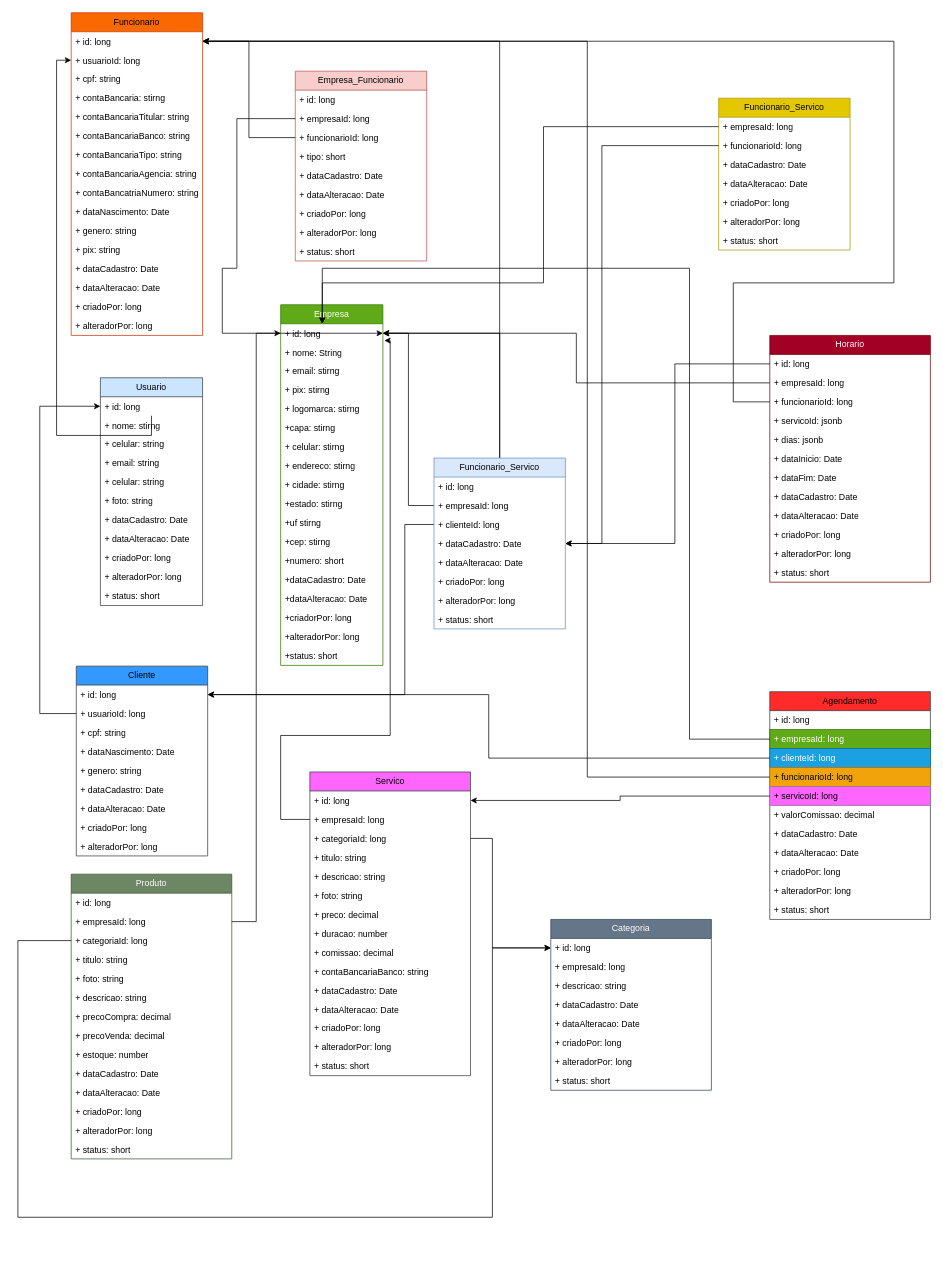
This is Diagrama sem nome.drawio from elsoncosta/GoBarber, a draw.io file, before an edit. Source tidied: cells renumbered, new cells numbered last; positions are measured from the earlier drawing's top-left corner, leaving out a move shared by most shapes. Both pictures are drawn from the tidied source at 73%, with x=0, y=0 at pixel (18, 12).
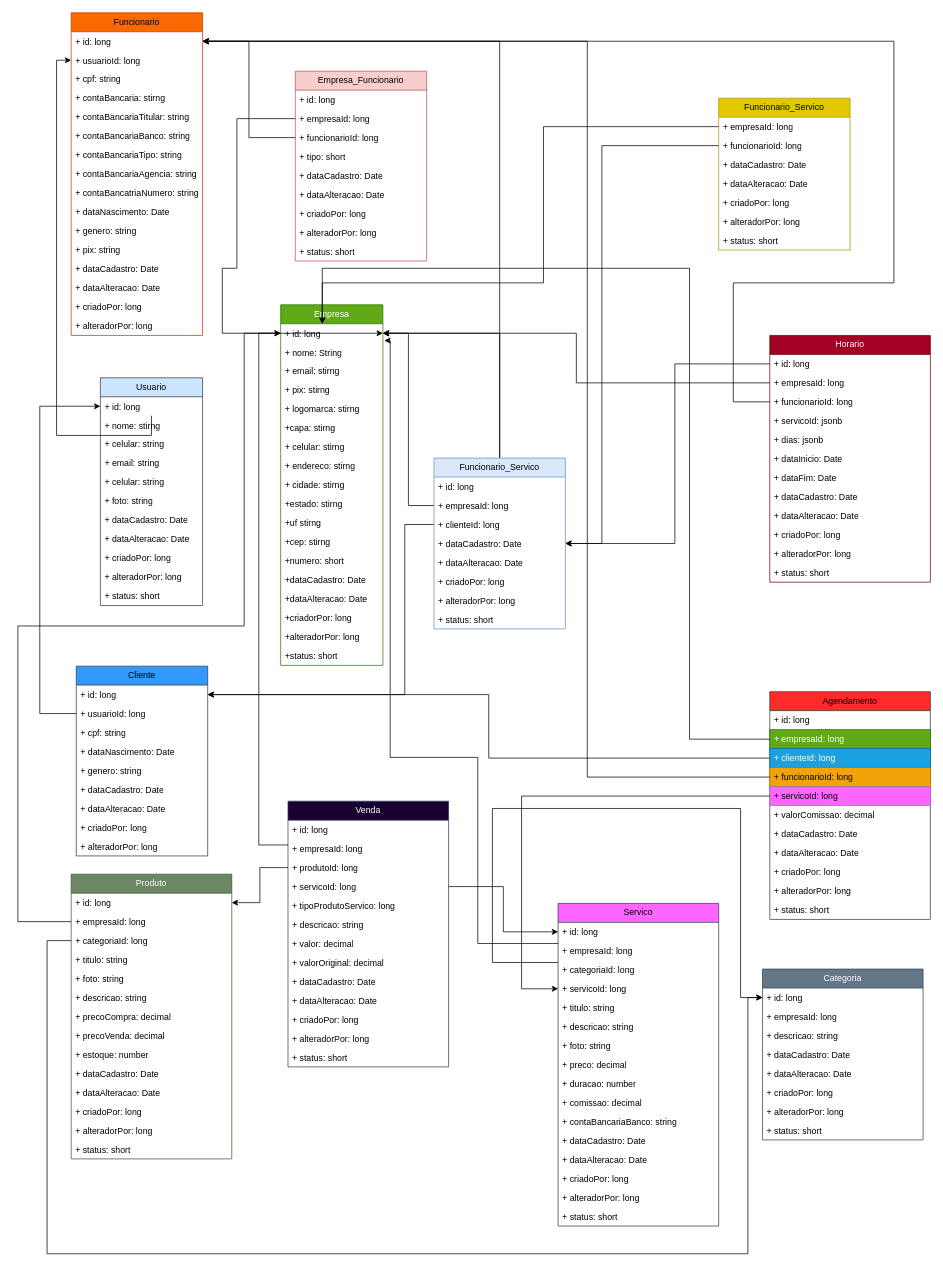
Above is the later version.

Unchanged cells that the change refers to:
```xml
<mxCell id="3" value="+ id: long" style="text;strokeColor=none;fillColor=none;align=left;verticalAlign=top;spacingLeft=4;spacingRight=4;overflow=hidden;points=[[0,0.5],[1,0.5]];portConstraint=eastwest;whiteSpace=wrap;html=1;" parent="2" vertex="1">
  <mxGeometry y="26" width="140" height="26" as="geometry" />
</mxCell>
<mxCell id="51" value="+ id: long" style="text;strokeColor=none;fillColor=none;align=left;verticalAlign=top;spacingLeft=4;spacingRight=4;overflow=hidden;points=[[0,0.5],[1,0.5]];portConstraint=eastwest;whiteSpace=wrap;html=1;" parent="50" vertex="1">
  <mxGeometry y="26" width="220" height="26" as="geometry" />
</mxCell>
<mxCell id="52" value="+ empresaId: long" style="text;strokeColor=none;fillColor=none;align=left;verticalAlign=top;spacingLeft=4;spacingRight=4;overflow=hidden;points=[[0,0.5],[1,0.5]];portConstraint=eastwest;whiteSpace=wrap;html=1;" parent="50" vertex="1">
  <mxGeometry y="52" width="220" height="26" as="geometry" />
</mxCell>
<mxCell id="53" value="+ categoriaId: long" style="text;strokeColor=none;fillColor=none;align=left;verticalAlign=top;spacingLeft=4;spacingRight=4;overflow=hidden;points=[[0,0.5],[1,0.5]];portConstraint=eastwest;whiteSpace=wrap;html=1;" parent="50" vertex="1">
  <mxGeometry y="78" width="220" height="26" as="geometry" />
</mxCell>
<mxCell id="122" value="+ servicoId: long" style="text;strokeColor=#9673a6;fillColor=#FF66FF;align=left;verticalAlign=top;spacingLeft=4;spacingRight=4;overflow=hidden;points=[[0,0.5],[1,0.5]];portConstraint=eastwest;whiteSpace=wrap;html=1;" parent="117" vertex="1">
  <mxGeometry y="130" width="220" height="26" as="geometry" />
</mxCell>
<mxCell id="133" value="+ id: long" style="text;strokeColor=none;fillColor=none;align=left;verticalAlign=top;spacingLeft=4;spacingRight=4;overflow=hidden;points=[[0,0.5],[1,0.5]];portConstraint=eastwest;whiteSpace=wrap;html=1;" parent="132" vertex="1">
  <mxGeometry y="26" width="220" height="26" as="geometry" />
</mxCell>
<mxCell id="134" value="+ empresaId: long" style="text;strokeColor=none;fillColor=none;align=left;verticalAlign=top;spacingLeft=4;spacingRight=4;overflow=hidden;points=[[0,0.5],[1,0.5]];portConstraint=eastwest;whiteSpace=wrap;html=1;" parent="132" vertex="1">
  <mxGeometry y="52" width="220" height="26" as="geometry" />
</mxCell>
<mxCell id="135" value="+ categoriaId: long" style="text;strokeColor=none;fillColor=none;align=left;verticalAlign=top;spacingLeft=4;spacingRight=4;overflow=hidden;points=[[0,0.5],[1,0.5]];portConstraint=eastwest;whiteSpace=wrap;html=1;" parent="132" vertex="1">
  <mxGeometry y="78" width="220" height="26" as="geometry" />
</mxCell>
<mxCell id="150" value="+ id: long" style="text;strokeColor=none;fillColor=none;align=left;verticalAlign=top;spacingLeft=4;spacingRight=4;overflow=hidden;points=[[0,0.5],[1,0.5]];portConstraint=eastwest;whiteSpace=wrap;html=1;" parent="149" vertex="1">
  <mxGeometry y="26" width="220" height="26" as="geometry" />
</mxCell>
```

The edit, as a diff of the source:
```diff
@@
     <mxCell id="50" value="Servico" style="swimlane;fontStyle=0;horizontal=1;startSize=26;fillColor=#FF66FF;whiteSpace=wrap;html=1;strokeColor=#36393d;" parent="1" vertex="1">
-      <mxGeometry x="400" y="1040" width="220" height="416" as="geometry" />
+      <mxGeometry x="740" y="1220" width="220" height="442" as="geometry" />
     </mxCell>
@@
+    <mxCell id="173" value="+ servicoId: long" style="text;strokeColor=none;fillColor=none;align=left;verticalAlign=top;spacingLeft=4;spacingRight=4;overflow=hidden;points=[[0,0.5],[1,0.5]];portConstraint=eastwest;whiteSpace=wrap;html=1;" parent="50" vertex="1">
+      <mxGeometry y="104" width="220" height="26" as="geometry" />
+    </mxCell>
     <mxCell id="54" value="+ titulo: string" style="text;strokeColor=none;fillColor=none;align=left;verticalAlign=top;spacingLeft=4;spacingRight=4;overflow=hidden;whiteSpace=wrap;html=1;" parent="50" vertex="1">
-      <mxGeometry y="104" width="220" height="26" as="geometry" />
+      <mxGeometry y="130" width="220" height="26" as="geometry" />
     </mxCell>
     <mxCell id="55" value="+ descricao: string" style="text;strokeColor=none;fillColor=none;align=left;verticalAlign=top;spacingLeft=4;spacingRight=4;overflow=hidden;whiteSpace=wrap;html=1;" parent="50" vertex="1">
-      <mxGeometry y="130" width="220" height="26" as="geometry" />
+      <mxGeometry y="156" width="220" height="26" as="geometry" />
     </mxCell>
     <mxCell id="56" value="+ foto: string" style="text;strokeColor=none;fillColor=none;align=left;verticalAlign=top;spacingLeft=4;spacingRight=4;overflow=hidden;whiteSpace=wrap;html=1;" parent="50" vertex="1">
-      <mxGeometry y="156" width="220" height="26" as="geometry" />
+      <mxGeometry y="182" width="220" height="26" as="geometry" />
     </mxCell>
     <mxCell id="57" value="+ preco: decimal" style="text;strokeColor=none;fillColor=none;align=left;verticalAlign=top;spacingLeft=4;spacingRight=4;overflow=hidden;whiteSpace=wrap;html=1;" parent="50" vertex="1">
-      <mxGeometry y="182" width="220" height="26" as="geometry" />
+      <mxGeometry y="208" width="220" height="26" as="geometry" />
     </mxCell>
     <mxCell id="58" value="+ duracao:&amp;nbsp;number" style="text;strokeColor=none;fillColor=none;align=left;verticalAlign=top;spacingLeft=4;spacingRight=4;overflow=hidden;whiteSpace=wrap;html=1;" parent="50" vertex="1">
-      <mxGeometry y="208" width="220" height="26" as="geometry" />
+      <mxGeometry y="234" width="220" height="26" as="geometry" />
     </mxCell>
     <mxCell id="59" value="+ comissao: decimal" style="text;strokeColor=none;fillColor=none;align=left;verticalAlign=top;spacingLeft=4;spacingRight=4;overflow=hidden;whiteSpace=wrap;html=1;" parent="50" vertex="1">
-      <mxGeometry y="234" width="220" height="26" as="geometry" />
+      <mxGeometry y="260" width="220" height="26" as="geometry" />
     </mxCell>
     <mxCell id="60" value="+ contaBancariaBanco: string" style="text;strokeColor=none;fillColor=none;align=left;verticalAlign=top;spacingLeft=4;spacingRight=4;overflow=hidden;whiteSpace=wrap;html=1;" parent="50" vertex="1">
-      <mxGeometry y="260" width="220" height="26" as="geometry" />
+      <mxGeometry y="286" width="220" height="26" as="geometry" />
     </mxCell>
     <mxCell id="61" value="+ dataCadastro: Date" style="text;strokeColor=none;fillColor=none;align=left;verticalAlign=top;spacingLeft=4;spacingRight=4;overflow=hidden;whiteSpace=wrap;html=1;" parent="50" vertex="1">
-      <mxGeometry y="286" width="220" height="26" as="geometry" />
+      <mxGeometry y="312" width="220" height="26" as="geometry" />
     </mxCell>
     <mxCell id="62" value="+ dataAlteracao: Date" style="text;strokeColor=none;fillColor=none;align=left;verticalAlign=top;spacingLeft=4;spacingRight=4;overflow=hidden;whiteSpace=wrap;html=1;" parent="50" vertex="1">
-      <mxGeometry y="312" width="220" height="26" as="geometry" />
+      <mxGeometry y="338" width="220" height="26" as="geometry" />
     </mxCell>
     <mxCell id="63" value="+ criadoPor: long" style="text;strokeColor=none;fillColor=none;align=left;verticalAlign=top;spacingLeft=4;spacingRight=4;overflow=hidden;whiteSpace=wrap;html=1;" parent="50" vertex="1">
-      <mxGeometry y="338" width="220" height="26" as="geometry" />
+      <mxGeometry y="364" width="220" height="26" as="geometry" />
     </mxCell>
     <mxCell id="64" value="+ alteradorPor: long" style="text;strokeColor=none;fillColor=none;align=left;verticalAlign=top;spacingLeft=4;spacingRight=4;overflow=hidden;whiteSpace=wrap;html=1;" parent="50" vertex="1">
-      <mxGeometry y="364" width="220" height="26" as="geometry" />
+      <mxGeometry y="390" width="220" height="26" as="geometry" />
     </mxCell>
     <mxCell id="65" value="+ status: short" style="text;strokeColor=none;fillColor=none;align=left;verticalAlign=top;spacingLeft=4;spacingRight=4;overflow=hidden;whiteSpace=wrap;html=1;" parent="50" vertex="1">
-      <mxGeometry y="390" width="220" height="26" as="geometry" />
+      <mxGeometry y="416" width="220" height="26" as="geometry" />
     </mxCell>
@@
     <mxCell id="98" style="edgeStyle=orthogonalEdgeStyle;rounded=0;jettySize=auto;html=1;entryX=1.014;entryY=0.885;entryDx=0;entryDy=0;entryPerimeter=0;" parent="1" edge="1" source="52" target="3">
       <mxGeometry relative="1" as="geometry">
         <Array as="points">
-          <mxPoint x="360" y="1105" />
-          <mxPoint x="360" y="990" />
-          <mxPoint x="510" y="990" />
+          <mxPoint x="630" y="1275" />
+          <mxPoint x="630" y="1020" />
+          <mxPoint x="510" y="1020" />
           <mxPoint x="510" y="449" />
         </Array>
       </mxGeometry>
     </mxCell>
@@
-    <mxCell id="131" style="edgeStyle=orthogonalEdgeStyle;rounded=0;jettySize=auto;html=1;" parent="1" edge="1" source="122" target="51">
-      <mxGeometry relative="1" as="geometry" />
-    </mxCell>
@@
-    <mxCell id="147" style="edgeStyle=orthogonalEdgeStyle;rounded=0;jettySize=auto;html=1;" parent="1" edge="1" source="134" target="3">
-      <mxGeometry relative="1" as="geometry" />
-    </mxCell>
@@
     <mxCell id="149" value="Categoria" style="swimlane;fontStyle=0;horizontal=1;startSize=26;fillColor=#647687;whiteSpace=wrap;html=1;strokeColor=#314354;swimlaneFillColor=none;fontColor=#ffffff;" parent="1" vertex="1">
-      <mxGeometry x="730" y="1242" width="220" height="234" as="geometry" />
+      <mxGeometry x="1020" y="1310" width="220" height="234" as="geometry" />
     </mxCell>
@@
-    <mxCell id="158" style="edgeStyle=orthogonalEdgeStyle;rounded=0;jettySize=auto;html=1;entryX=0;entryY=0.5;entryDx=0;entryDy=0;" parent="1" edge="1" source="135" target="150">
-      <mxGeometry relative="1" as="geometry">
-        <Array as="points">
-          <mxPoint y="1271" />
-          <mxPoint y="1650" />
-          <mxPoint x="650" y="1650" />
-          <mxPoint x="650" y="1281" />
-        </Array>
-      </mxGeometry>
-    </mxCell>
     <mxCell id="159" style="edgeStyle=orthogonalEdgeStyle;rounded=0;jettySize=auto;html=1;" parent="1" edge="1" source="53" target="150">
       <mxGeometry relative="1" as="geometry">
         <Array as="points">
-          <mxPoint x="650" y="1131" />
-          <mxPoint x="650" y="1281" />
+          <mxPoint x="650" y="1301" />
+          <mxPoint x="650" y="1090" />
+          <mxPoint x="990" y="1090" />
+          <mxPoint x="990" y="1349" />
         </Array>
       </mxGeometry>
     </mxCell>
@@
+    <mxCell id="174" value="Venda" style="swimlane;fontStyle=0;horizontal=1;startSize=26;fillColor=#190033;whiteSpace=wrap;html=1;strokeColor=#314354;fontColor=#ffffff;" parent="1" vertex="1">
+      <mxGeometry x="370" y="1080" width="220" height="364" as="geometry" />
+    </mxCell>
+    <mxCell id="175" value="+ id: long" style="text;strokeColor=none;fillColor=none;align=left;verticalAlign=top;spacingLeft=4;spacingRight=4;overflow=hidden;whiteSpace=wrap;html=1;" parent="174" vertex="1">
+      <mxGeometry y="26" width="220" height="26" as="geometry" />
+    </mxCell>
+    <mxCell id="176" value="+ empresaId: long" style="text;strokeColor=none;fillColor=none;align=left;verticalAlign=top;spacingLeft=4;spacingRight=4;overflow=hidden;points=[[0,0.5],[1,0.5]];portConstraint=eastwest;whiteSpace=wrap;html=1;" parent="174" vertex="1">
+      <mxGeometry y="52" width="220" height="26" as="geometry" />
+    </mxCell>
+    <mxCell id="177" value="+ produtoId: long" style="text;strokeColor=none;fillColor=none;align=left;verticalAlign=top;spacingLeft=4;spacingRight=4;overflow=hidden;points=[[0,0.5],[1,0.5]];portConstraint=eastwest;whiteSpace=wrap;html=1;" parent="174" vertex="1">
+      <mxGeometry y="78" width="220" height="26" as="geometry" />
+    </mxCell>
+    <mxCell id="178" value="+ servicoId: long" style="text;strokeColor=none;fillColor=none;align=left;verticalAlign=top;spacingLeft=4;spacingRight=4;overflow=hidden;points=[[0,0.5],[1,0.5]];portConstraint=eastwest;whiteSpace=wrap;html=1;" parent="174" vertex="1">
+      <mxGeometry y="104" width="220" height="26" as="geometry" />
+    </mxCell>
+    <mxCell id="179" value="+ tipoProdutoServico: long" style="text;strokeColor=none;fillColor=none;align=left;verticalAlign=top;spacingLeft=4;spacingRight=4;overflow=hidden;whiteSpace=wrap;html=1;" parent="174" vertex="1">
+      <mxGeometry y="130" width="220" height="26" as="geometry" />
+    </mxCell>
+    <mxCell id="180" value="+ descricao: string" style="text;strokeColor=none;fillColor=none;align=left;verticalAlign=top;spacingLeft=4;spacingRight=4;overflow=hidden;whiteSpace=wrap;html=1;" parent="174" vertex="1">
+      <mxGeometry y="156" width="220" height="26" as="geometry" />
+    </mxCell>
+    <mxCell id="181" value="+ valor: decimal" style="text;strokeColor=none;fillColor=none;align=left;verticalAlign=top;spacingLeft=4;spacingRight=4;overflow=hidden;whiteSpace=wrap;html=1;" parent="174" vertex="1">
+      <mxGeometry y="182" width="220" height="26" as="geometry" />
+    </mxCell>
+    <mxCell id="182" value="+ valorOriginal: decimal" style="text;strokeColor=none;fillColor=none;align=left;verticalAlign=top;spacingLeft=4;spacingRight=4;overflow=hidden;whiteSpace=wrap;html=1;" parent="174" vertex="1">
+      <mxGeometry y="208" width="220" height="26" as="geometry" />
+    </mxCell>
+    <mxCell id="183" value="+ dataCadastro: Date" style="text;strokeColor=none;fillColor=none;align=left;verticalAlign=top;spacingLeft=4;spacingRight=4;overflow=hidden;whiteSpace=wrap;html=1;" parent="174" vertex="1">
+      <mxGeometry y="234" width="220" height="26" as="geometry" />
+    </mxCell>
+    <mxCell id="184" value="+ dataAlteracao: Date" style="text;strokeColor=none;fillColor=none;align=left;verticalAlign=top;spacingLeft=4;spacingRight=4;overflow=hidden;whiteSpace=wrap;html=1;" parent="174" vertex="1">
+      <mxGeometry y="260" width="220" height="26" as="geometry" />
+    </mxCell>
+    <mxCell id="185" value="+ criadoPor: long" style="text;strokeColor=none;fillColor=none;align=left;verticalAlign=top;spacingLeft=4;spacingRight=4;overflow=hidden;whiteSpace=wrap;html=1;" parent="174" vertex="1">
+      <mxGeometry y="286" width="220" height="26" as="geometry" />
+    </mxCell>
+    <mxCell id="186" value="+ alteradorPor: long" style="text;strokeColor=none;fillColor=none;align=left;verticalAlign=top;spacingLeft=4;spacingRight=4;overflow=hidden;whiteSpace=wrap;html=1;" parent="174" vertex="1">
+      <mxGeometry y="312" width="220" height="26" as="geometry" />
+    </mxCell>
+    <mxCell id="187" value="+ status: short" style="text;strokeColor=none;fillColor=none;align=left;verticalAlign=top;spacingLeft=4;spacingRight=4;overflow=hidden;whiteSpace=wrap;html=1;" parent="174" vertex="1">
+      <mxGeometry y="338" width="220" height="26" as="geometry" />
+    </mxCell>
+    <mxCell id="188" style="edgeStyle=orthogonalEdgeStyle;rounded=0;jettySize=auto;html=1;" parent="1" edge="1" source="122" target="173">
+      <mxGeometry relative="1" as="geometry">
+        <Array as="points">
+          <mxPoint x="690" y="1073" />
+          <mxPoint x="690" y="1337" />
+        </Array>
+      </mxGeometry>
+    </mxCell>
+    <mxCell id="158" style="edgeStyle=orthogonalEdgeStyle;rounded=0;jettySize=auto;html=1;" parent="1" edge="1" source="135" target="150">
+      <mxGeometry relative="1" as="geometry">
+        <Array as="points">
+          <mxPoint x="40" y="1271" />
+          <mxPoint x="40" y="1700" />
+          <mxPoint x="1000" y="1700" />
+          <mxPoint x="1000" y="1349" />
+        </Array>
+      </mxGeometry>
+    </mxCell>
+    <mxCell id="147" style="edgeStyle=orthogonalEdgeStyle;rounded=0;jettySize=auto;html=1;" parent="1" edge="1" source="134" target="3">
+      <mxGeometry relative="1" as="geometry">
+        <Array as="points">
+          <mxPoint y="1245" />
+          <mxPoint y="840" />
+          <mxPoint x="310" y="840" />
+          <mxPoint x="310" y="439" />
+        </Array>
+      </mxGeometry>
+    </mxCell>
+    <mxCell id="189" style="edgeStyle=orthogonalEdgeStyle;rounded=0;jettySize=auto;html=1;" parent="1" edge="1" source="176" target="3">
+      <mxGeometry relative="1" as="geometry">
+        <Array as="points">
+          <mxPoint x="330" y="1140" />
+          <mxPoint x="330" y="439" />
+        </Array>
+      </mxGeometry>
+    </mxCell>
+    <mxCell id="190" style="edgeStyle=orthogonalEdgeStyle;rounded=0;jettySize=auto;html=1;" parent="1" edge="1" source="177" target="133">
+      <mxGeometry relative="1" as="geometry" />
+    </mxCell>
+    <mxCell id="191" style="edgeStyle=orthogonalEdgeStyle;rounded=0;jettySize=auto;html=1;" parent="1" edge="1" source="178" target="51">
+      <mxGeometry relative="1" as="geometry" />
+    </mxCell>
```
